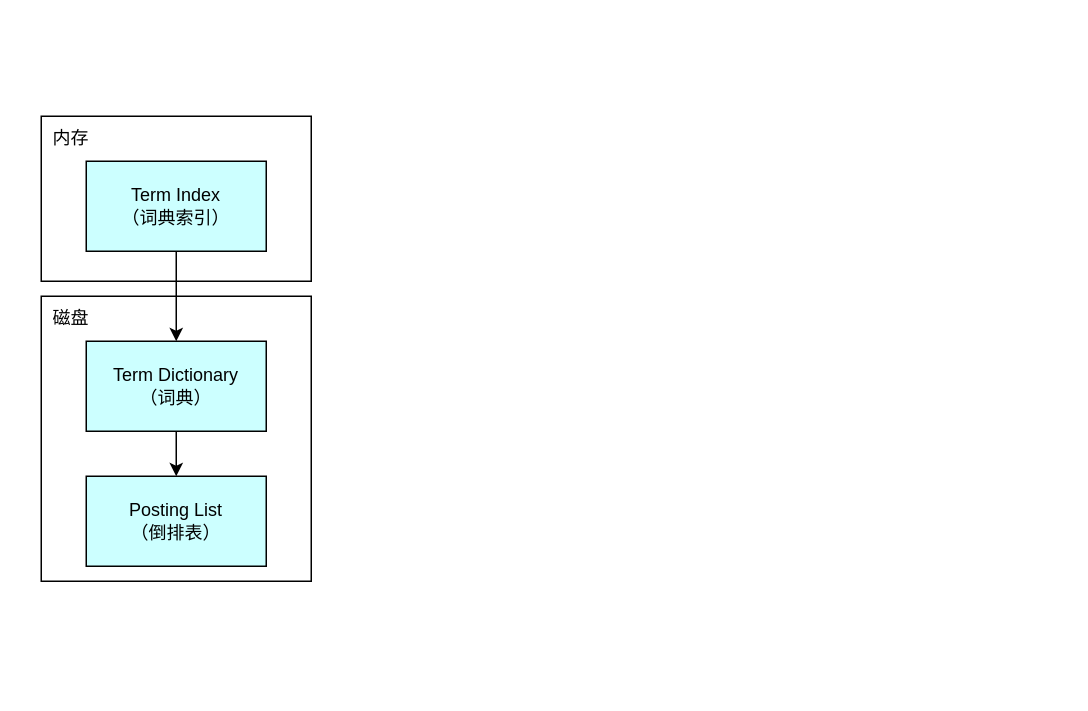
u014427391/javatrainingcamp keeps this draw.io diagram as ElKDiagram.drawio. Above is the earlier version. Source tidied: cells renumbered, new cells numbered last; positions are measured from the earlier drawing's top-left corner, leaving out a move shared by most shapes. Both pictures are drawn from the tidied source at 150%, with x=0, y=0 at pixel (26, 116).
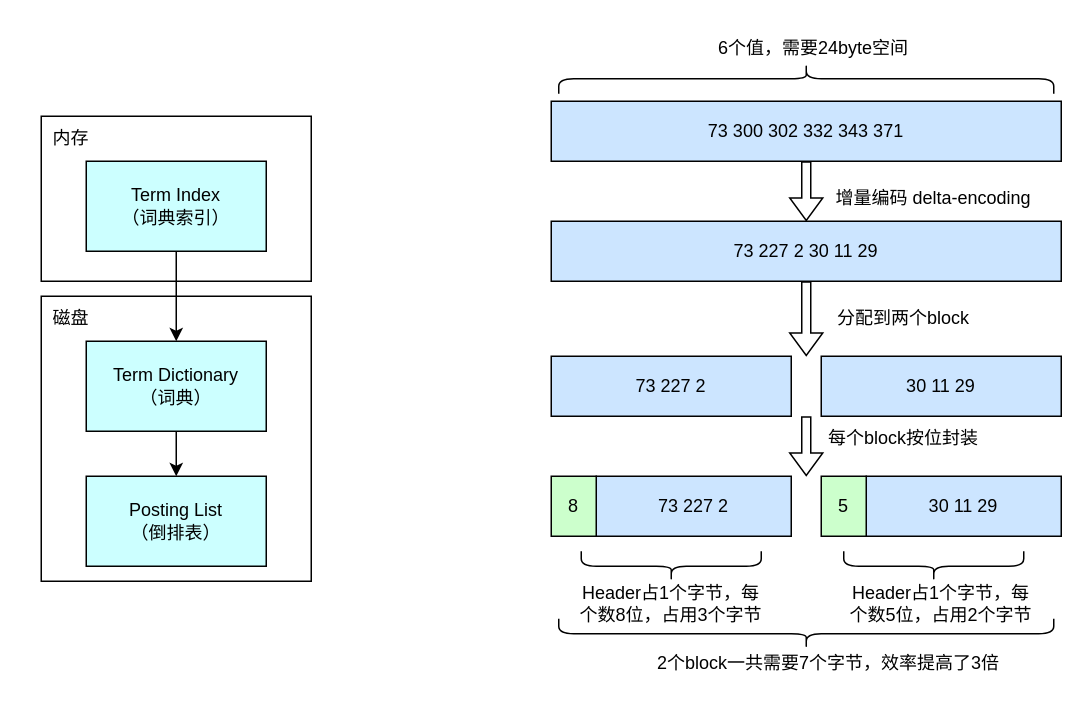
The same diagram, later.

What changed in the source:
```diff
@@
+    <mxCell id="11" value="73&lt;span style=&quot;white-space: pre;&quot;&gt; &lt;/span&gt;300&lt;span style=&quot;white-space: pre;&quot;&gt; &lt;/span&gt;302&lt;span style=&quot;white-space: pre;&quot;&gt; &lt;/span&gt;332&lt;span style=&quot;white-space: pre;&quot;&gt; &lt;/span&gt;343&lt;span style=&quot;white-space: pre;&quot;&gt; &lt;/span&gt;371" style="rounded=0;whiteSpace=wrap;html=1;fillColor=#CCE5FF;" parent="1" vertex="1">
+      <mxGeometry x="350" y="-10" width="340" height="40" as="geometry" />
+    </mxCell>
+    <mxCell id="12" value="73&lt;span style=&quot;white-space: pre;&quot;&gt; &lt;/span&gt;227&lt;span style=&quot;white-space: pre;&quot;&gt; &lt;/span&gt;2 30&lt;span style=&quot;white-space: pre;&quot;&gt; &lt;/span&gt;11 29" style="rounded=0;whiteSpace=wrap;html=1;fillColor=#CCE5FF;" parent="1" vertex="1">
+      <mxGeometry x="350" y="70" width="340" height="40" as="geometry" />
+    </mxCell>
+    <mxCell id="13" value="73&lt;span style=&quot;white-space: pre;&quot;&gt; &lt;/span&gt;227 2" style="rounded=0;whiteSpace=wrap;html=1;fillColor=#CCE5FF;" parent="1" vertex="1">
+      <mxGeometry x="350" y="160" width="160" height="40" as="geometry" />
+    </mxCell>
+    <mxCell id="14" value="30&lt;span style=&quot;white-space: pre;&quot;&gt; &lt;/span&gt;11 29" style="rounded=0;whiteSpace=wrap;html=1;fillColor=#CCE5FF;" parent="1" vertex="1">
+      <mxGeometry x="530" y="160" width="160" height="40" as="geometry" />
+    </mxCell>
+    <mxCell id="15" value="73&lt;span style=&quot;white-space: pre;&quot;&gt; &lt;/span&gt;227 2" style="rounded=0;whiteSpace=wrap;html=1;fillColor=#CCE5FF;" parent="1" vertex="1">
+      <mxGeometry x="380" y="240" width="130" height="40" as="geometry" />
+    </mxCell>
+    <mxCell id="16" value="30&lt;span style=&quot;white-space: pre;&quot;&gt; &lt;/span&gt;11 29" style="rounded=0;whiteSpace=wrap;html=1;fillColor=#CCE5FF;" parent="1" vertex="1">
+      <mxGeometry x="560" y="240" width="130" height="40" as="geometry" />
+    </mxCell>
+    <mxCell id="17" value="8" style="rounded=0;whiteSpace=wrap;html=1;fillColor=#CCFFCC;" parent="1" vertex="1">
+      <mxGeometry x="350" y="240" width="30" height="40" as="geometry" />
+    </mxCell>
+    <mxCell id="18" value="5" style="rounded=0;whiteSpace=wrap;html=1;fillColor=#CCFFCC;" parent="1" vertex="1">
+      <mxGeometry x="530" y="240" width="30" height="40" as="geometry" />
+    </mxCell>
+    <mxCell id="19" value="6个值，需要24byte空间" style="text;html=1;strokeColor=none;fillColor=none;align=center;verticalAlign=middle;whiteSpace=wrap;rounded=0;" parent="1" vertex="1">
+      <mxGeometry x="460" y="-60" width="130" height="30" as="geometry" />
+    </mxCell>
+    <mxCell id="20" style="shape=curlyBracket;whiteSpace=wrap;html=1;rounded=1;fillColor=#CCE5FF;rotation=90;" parent="1" vertex="1">
+      <mxGeometry x="510" y="-190" width="20" height="330" as="geometry" />
+    </mxCell>
+    <mxCell id="21" value="增量编码 delta-encoding" style="text;html=1;strokeColor=none;fillColor=none;align=center;verticalAlign=middle;whiteSpace=wrap;rounded=0;" parent="1" vertex="1">
+      <mxGeometry x="530" y="40" width="150" height="30" as="geometry" />
+    </mxCell>
+    <mxCell id="22" value="分配到两个block" style="text;html=1;strokeColor=none;fillColor=none;align=center;verticalAlign=middle;whiteSpace=wrap;rounded=0;" parent="1" vertex="1">
+      <mxGeometry x="540" y="120" width="90" height="30" as="geometry" />
+    </mxCell>
+    <mxCell id="23" value="每个block按位封装" style="text;html=1;strokeColor=none;fillColor=none;align=center;verticalAlign=middle;whiteSpace=wrap;rounded=0;" parent="1" vertex="1">
+      <mxGeometry x="530" y="200" width="110" height="30" as="geometry" />
+    </mxCell>
+    <mxCell id="24" style="shape=flexArrow;endArrow=classic;html=1;rounded=0;exitX=0.5;exitY=1;exitDx=0;exitDy=0;width=6;endSize=4.66;endWidth=15;entryX=0.5;entryY=0;entryDx=0;entryDy=0;" parent="1" edge="1" source="11" target="12">
+      <mxGeometry relative="1" as="geometry" />
+    </mxCell>
+    <mxCell id="25" style="shape=flexArrow;endArrow=classic;html=1;rounded=0;exitX=0.5;exitY=1;exitDx=0;exitDy=0;width=6;endSize=4.66;endWidth=15;" parent="1" edge="1" source="12">
+      <mxGeometry relative="1" as="geometry">
+        <mxPoint x="520" y="160" as="targetPoint" />
+      </mxGeometry>
+    </mxCell>
+    <mxCell id="26" style="shape=flexArrow;endArrow=classic;html=1;rounded=0;width=6;endSize=4.66;endWidth=15;" parent="1" edge="1">
+      <mxGeometry relative="1" as="geometry">
+        <mxPoint x="520" y="200" as="sourcePoint" />
+        <mxPoint x="520" y="240" as="targetPoint" />
+      </mxGeometry>
+    </mxCell>
+    <mxCell id="27" style="shape=curlyBracket;whiteSpace=wrap;html=1;rounded=1;flipH=1;fillColor=#CCE5FF;rotation=90;" parent="1" vertex="1">
+      <mxGeometry x="420" y="240" width="20" height="120" as="geometry" />
+    </mxCell>
+    <mxCell id="28" style="shape=curlyBracket;whiteSpace=wrap;html=1;rounded=1;flipH=1;fillColor=#CCE5FF;rotation=90;" parent="1" vertex="1">
+      <mxGeometry x="595" y="240" width="20" height="120" as="geometry" />
+    </mxCell>
+    <mxCell id="29" value="Header占1个字节，每个数8位，占用3个字节" style="text;html=1;strokeColor=none;fillColor=none;align=center;verticalAlign=middle;whiteSpace=wrap;rounded=0;" parent="1" vertex="1">
+      <mxGeometry x="365" y="310" width="130" height="30" as="geometry" />
+    </mxCell>
+    <mxCell id="30" value="Header占1个字节，每个数5位，占用2个字节" style="text;html=1;strokeColor=none;fillColor=none;align=center;verticalAlign=middle;whiteSpace=wrap;rounded=0;" parent="1" vertex="1">
+      <mxGeometry x="545" y="310" width="130" height="30" as="geometry" />
+    </mxCell>
+    <mxCell id="31" style="shape=curlyBracket;whiteSpace=wrap;html=1;rounded=1;flipH=1;fillColor=#CCE5FF;rotation=90;size=0.5;" parent="1" vertex="1">
+      <mxGeometry x="510" y="180" width="20" height="330" as="geometry" />
+    </mxCell>
+    <mxCell id="32" value="2个block一共需要7个字节，效率提高了3倍" style="text;html=1;strokeColor=none;fillColor=none;align=center;verticalAlign=middle;whiteSpace=wrap;rounded=0;" parent="1" vertex="1">
+      <mxGeometry x="410" y="350" width="250" height="30" as="geometry" />
+    </mxCell>
```
